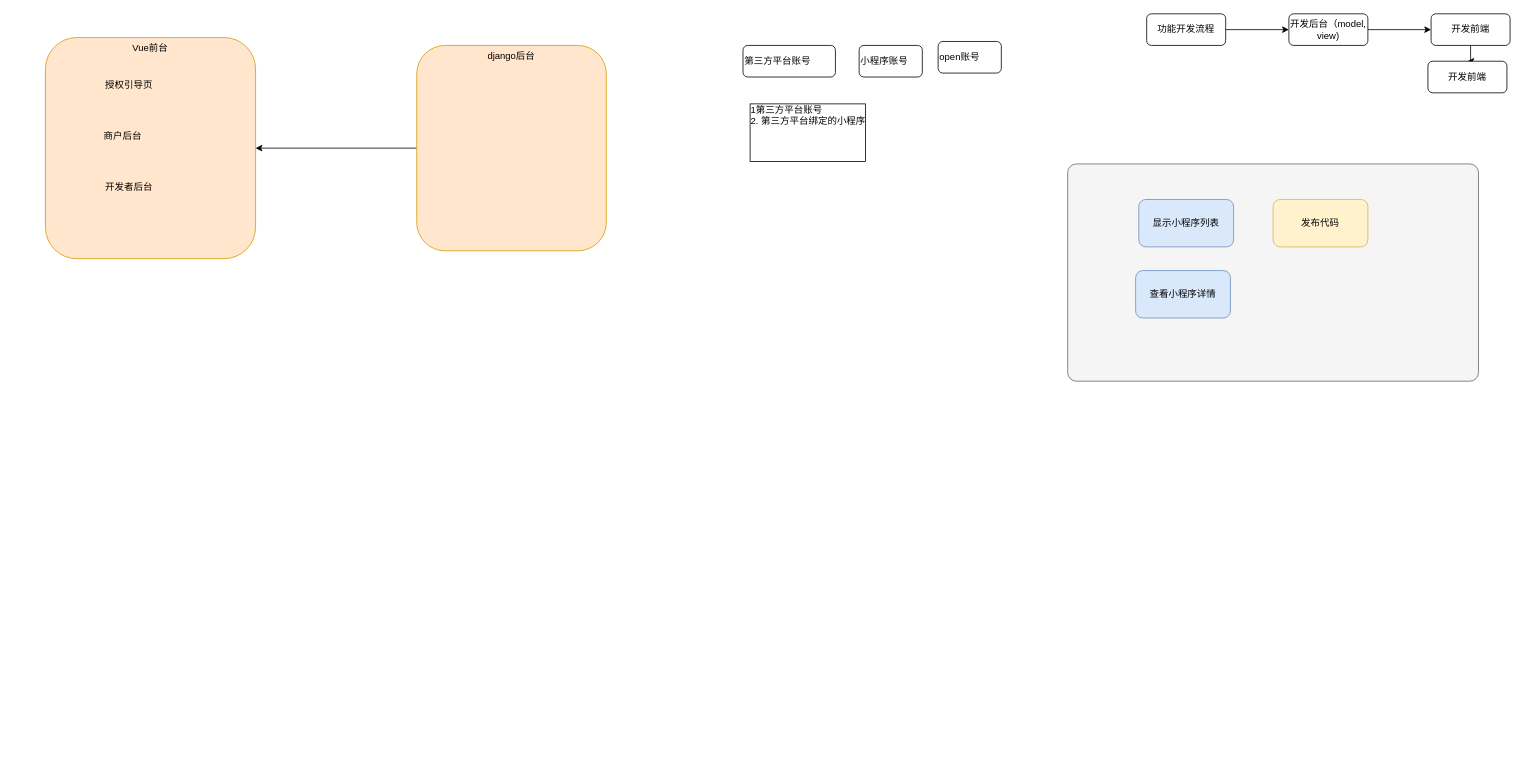
The draw.io diagram page "wxa_platform" (1 of 2) of assets/drawio/wxa_platform.drawio in atanx/atanx.github.io, before the edit. Source tidied: cells renumbered, new cells numbered last; positions are measured from the earlier drawing's top-left corner, leaving out a move shared by most shapes. Both pictures are drawn from the tidied source at 79%, with x=0, y=0 at pixel (45, 13).
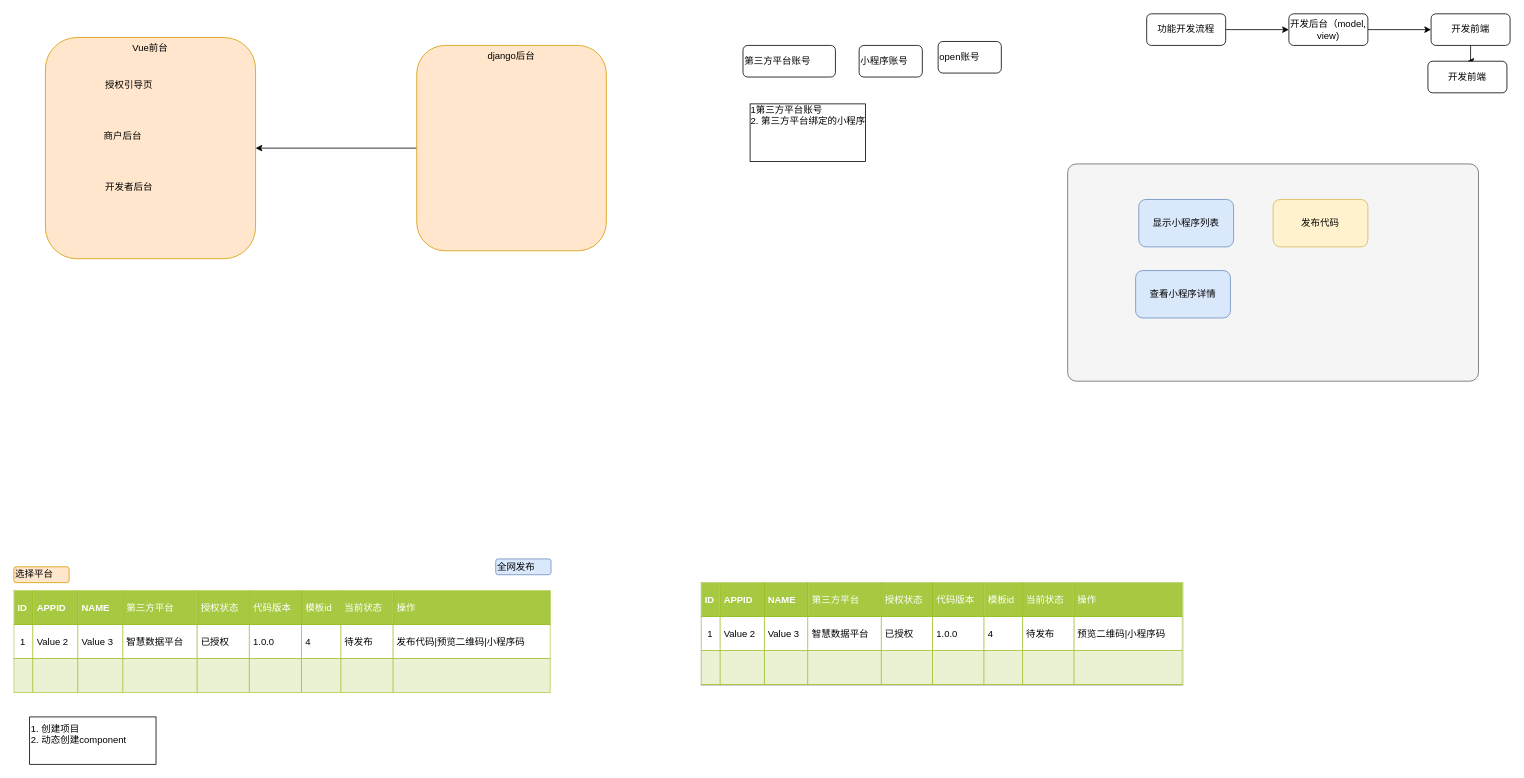
The same page after the edit.

What changed in the source:
```diff
@@
+    <mxCell id="23" value="&lt;table border=&quot;1&quot; width=&quot;100%&quot; cellpadding=&quot;4&quot; style=&quot;width: 100% ; height: 100% ; border-collapse: collapse&quot;&gt;&lt;tbody&gt;&lt;tr style=&quot;background-color: #a7c942 ; color: #ffffff ; border: 1px solid #98bf21&quot;&gt;&lt;th align=&quot;left&quot;&gt;ID&lt;/th&gt;&lt;th align=&quot;left&quot;&gt;APPID&lt;/th&gt;&lt;th align=&quot;left&quot;&gt;NAME&lt;/th&gt;&lt;td&gt;第三方平台&lt;/td&gt;&lt;td&gt;授权状态&lt;/td&gt;&lt;td&gt;代码版本&lt;/td&gt;&lt;td&gt;模板id&lt;/td&gt;&lt;td&gt;当前状态&lt;/td&gt;&lt;td&gt;操作&lt;/td&gt;&lt;/tr&gt;&lt;tr style=&quot;border: 1px solid #98bf21&quot;&gt;&lt;td&gt;&amp;nbsp;1&lt;/td&gt;&lt;td&gt;Value 2&lt;/td&gt;&lt;td&gt;Value 3&lt;/td&gt;&lt;td&gt;智慧数据平台&lt;/td&gt;&lt;td&gt;已授权&lt;/td&gt;&lt;td&gt;1.0.0&lt;/td&gt;&lt;td&gt;4&lt;/td&gt;&lt;td&gt;待发布&lt;/td&gt;&lt;td&gt;发布代码|预览二维码|小程序码&lt;/td&gt;&lt;/tr&gt;&lt;tr style=&quot;background-color: #eaf2d3 ; border: 1px solid #98bf21&quot;&gt;&lt;td&gt;&lt;br&gt;&lt;/td&gt;&lt;td&gt;&lt;/td&gt;&lt;td&gt;&lt;/td&gt;&lt;td&gt;&lt;br&gt;&lt;/td&gt;&lt;td&gt;&lt;br&gt;&lt;/td&gt;&lt;td&gt;&lt;br&gt;&lt;/td&gt;&lt;td&gt;&lt;br&gt;&lt;/td&gt;&lt;td&gt;&lt;br&gt;&lt;/td&gt;&lt;td&gt;&lt;br&gt;&lt;/td&gt;&lt;/tr&gt;&lt;/tbody&gt;&lt;/table&gt;" style="text;html=1;overflow=fill;rounded=0;labelBackgroundColor=#ffffff;align=left;" parent="1" vertex="1">
+      <mxGeometry x="-40" y="730" width="680" height="130" as="geometry" />
+    </mxCell>
+    <mxCell id="24" value="选择平台" style="rounded=1;whiteSpace=wrap;html=1;labelBackgroundColor=none;align=left;fillColor=#ffe6cc;strokeColor=#d79b00;" parent="1" vertex="1">
+      <mxGeometry x="-40" y="700" width="70" height="20" as="geometry" />
+    </mxCell>
+    <mxCell id="25" value="全网发布" style="rounded=1;whiteSpace=wrap;html=1;labelBackgroundColor=none;align=left;fillColor=#dae8fc;strokeColor=#6c8ebf;" parent="1" vertex="1">
+      <mxGeometry x="570" y="690" width="70" height="20" as="geometry" />
+    </mxCell>
+    <mxCell id="26" value="1. 创建项目&lt;br&gt;2. 动态创建component&lt;br&gt;&lt;br&gt;" style="rounded=0;whiteSpace=wrap;html=1;labelBackgroundColor=none;align=left;" parent="1" vertex="1">
+      <mxGeometry x="-20" y="890" width="160" height="60" as="geometry" />
+    </mxCell>
+    <mxCell id="27" value="&lt;table border=&quot;1&quot; width=&quot;100%&quot; cellpadding=&quot;4&quot; style=&quot;width: 100% ; height: 100% ; border-collapse: collapse&quot;&gt;&lt;tbody&gt;&lt;tr style=&quot;background-color: #a7c942 ; color: #ffffff ; border: 1px solid #98bf21&quot;&gt;&lt;th align=&quot;left&quot;&gt;ID&lt;/th&gt;&lt;th align=&quot;left&quot;&gt;APPID&lt;/th&gt;&lt;th align=&quot;left&quot;&gt;NAME&lt;/th&gt;&lt;td&gt;第三方平台&lt;/td&gt;&lt;td&gt;授权状态&lt;/td&gt;&lt;td&gt;代码版本&lt;/td&gt;&lt;td&gt;模板id&lt;/td&gt;&lt;td&gt;当前状态&lt;/td&gt;&lt;td&gt;操作&lt;/td&gt;&lt;/tr&gt;&lt;tr style=&quot;border: 1px solid #98bf21&quot;&gt;&lt;td&gt;&amp;nbsp;1&lt;/td&gt;&lt;td&gt;Value 2&lt;/td&gt;&lt;td&gt;Value 3&lt;/td&gt;&lt;td&gt;智慧数据平台&lt;/td&gt;&lt;td&gt;已授权&lt;/td&gt;&lt;td&gt;1.0.0&lt;/td&gt;&lt;td&gt;4&lt;/td&gt;&lt;td&gt;待发布&lt;/td&gt;&lt;td&gt;预览二维码|小程序码&lt;/td&gt;&lt;/tr&gt;&lt;tr style=&quot;background-color: #eaf2d3 ; border: 1px solid #98bf21&quot;&gt;&lt;td&gt;&lt;br&gt;&lt;/td&gt;&lt;td&gt;&lt;/td&gt;&lt;td&gt;&lt;/td&gt;&lt;td&gt;&lt;br&gt;&lt;/td&gt;&lt;td&gt;&lt;br&gt;&lt;/td&gt;&lt;td&gt;&lt;br&gt;&lt;/td&gt;&lt;td&gt;&lt;br&gt;&lt;/td&gt;&lt;td&gt;&lt;br&gt;&lt;/td&gt;&lt;td&gt;&lt;br&gt;&lt;/td&gt;&lt;/tr&gt;&lt;/tbody&gt;&lt;/table&gt;" style="text;html=1;strokeColor=#c0c0c0;fillColor=#ffffff;overflow=fill;rounded=0;labelBackgroundColor=#ffffff;align=left;" parent="1" vertex="1">
+      <mxGeometry x="830" y="720" width="610" height="130" as="geometry" />
+    </mxCell>
```
